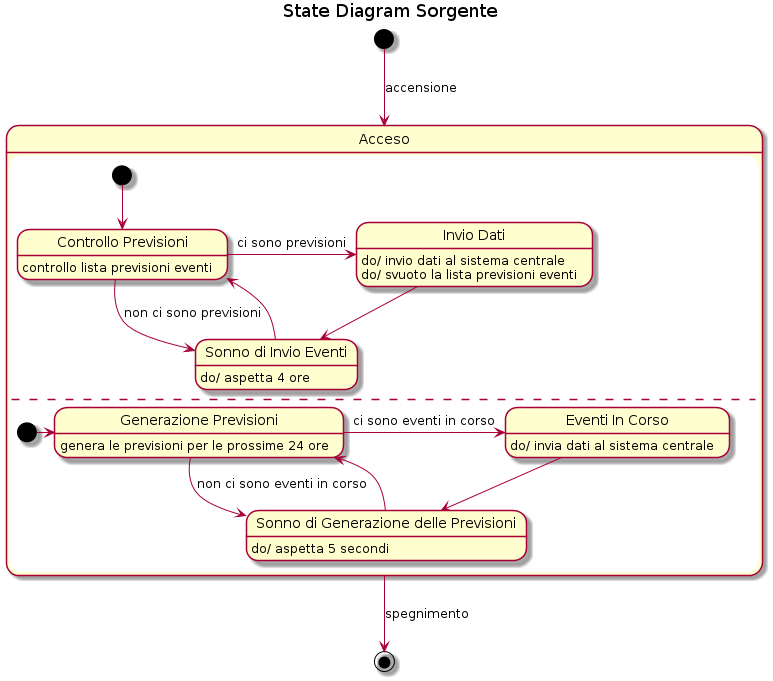
Before: UML/target/state/sorgente.png, a diagram exported from PlantUML (xFA25E/sweng_14_2019). The source it was exported from:
```plantuml
@startuml
title State Diagram Sorgente

[*] --> Acceso: accensione

state Acceso {
    state "Controllo Previsioni" as ControlloPrevisioni
    state "Invio Dati" as InvioDati
    state "Sonno di Invio Eventi" as SonnoEventi

    [*] --> ControlloPrevisioni

    ControlloPrevisioni: controllo lista previsioni eventi
    ControlloPrevisioni -right-> InvioDati: ci sono previsioni
    ControlloPrevisioni --> SonnoEventi: non ci sono previsioni

    InvioDati: do/ invio dati al sistema centrale
    InvioDati: do/ svuoto la lista previsioni eventi
    InvioDati --> SonnoEventi

    SonnoEventi: do/ aspetta 4 ore
    SonnoEventi --> ControlloPrevisioni

    --

    state "Generazione Previsioni" as GenerazionePrevisioni
    state "Eventi In Corso" as EventiInCorso
    state "Sonno di Generazione delle Previsioni" as SonnoGenerazione

    [*] -right-> GenerazionePrevisioni

    GenerazionePrevisioni: genera le previsioni per le prossime 24 ore
    GenerazionePrevisioni -right-> EventiInCorso: ci sono eventi in corso
    GenerazionePrevisioni --> SonnoGenerazione: non ci sono eventi in corso

    EventiInCorso: do/ invia dati al sistema centrale
    EventiInCorso --> SonnoGenerazione

    SonnoGenerazione: do/ aspetta 5 secondi
    SonnoGenerazione -> GenerazionePrevisioni
}

Acceso --> [*]: spegnimento
@enduml
```
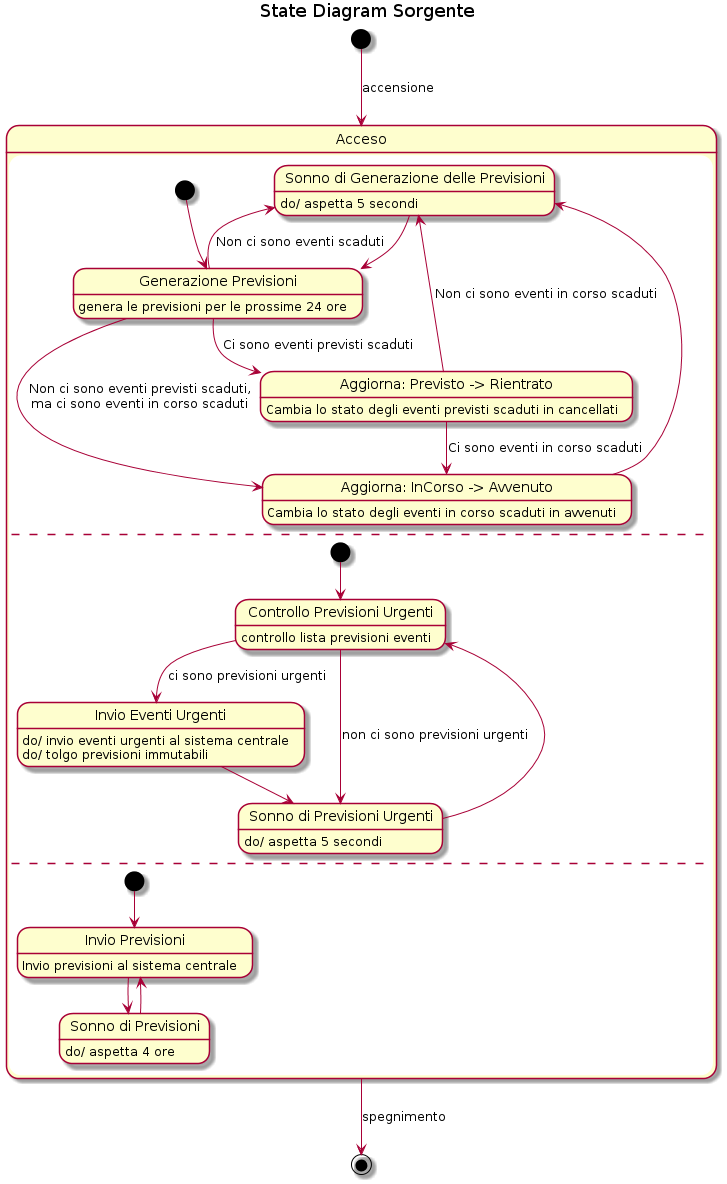
Above is the later version.

Diff of the diagram source:
```diff
@@ -4,40 +4,61 @@
 [*] --> Acceso: accensione
 
 state Acceso {
-    state "Controllo Previsioni" as ControlloPrevisioni
-    state "Invio Dati" as InvioDati
-    state "Sonno di Invio Eventi" as SonnoEventi
 
-    [*] --> ControlloPrevisioni
+    state "Generazione Previsioni" as GenPrev
+    state "Aggiorna: Previsto -> Rientrato" as AggPrevCanc
+    state "Aggiorna: InCorso -> Avvenuto" as AggCorAvv
+    state "Sonno di Generazione delle Previsioni" as SonnoGen
 
-    ControlloPrevisioni: controllo lista previsioni eventi
-    ControlloPrevisioni -right-> InvioDati: ci sono previsioni
-    ControlloPrevisioni --> SonnoEventi: non ci sono previsioni
+    [*] --> GenPrev
 
-    InvioDati: do/ invio dati al sistema centrale
-    InvioDati: do/ svuoto la lista previsioni eventi
-    InvioDati --> SonnoEventi
+    GenPrev: genera le previsioni per le prossime 24 ore
+    GenPrev --> AggPrevCanc: Ci sono eventi previsti scaduti
+    GenPrev --> AggCorAvv: Non ci sono eventi previsti scaduti,\nma ci sono eventi in corso scaduti
+    GenPrev --> SonnoGen: Non ci sono eventi scaduti
 
-    SonnoEventi: do/ aspetta 4 ore
-    SonnoEventi --> ControlloPrevisioni
+    AggPrevCanc: Cambia lo stato degli eventi previsti scaduti in cancellati
+    AggPrevCanc --> AggCorAvv: Ci sono eventi in corso scaduti
+    AggPrevCanc --> SonnoGen: Non ci sono eventi in corso scaduti
+
+    AggCorAvv: Cambia lo stato degli eventi in corso scaduti in avvenuti
+    AggCorAvv --> SonnoGen
+
+    SonnoGen: do/ aspetta 5 secondi
+    SonnoGen -> GenPrev
 
     --
 
-    state "Generazione Previsioni" as GenerazionePrevisioni
-    state "Eventi In Corso" as EventiInCorso
-    state "Sonno di Generazione delle Previsioni" as SonnoGenerazione
+    state "Controllo Previsioni Urgenti" as ConPrevUrg
+    state "Invio Eventi Urgenti" as InvioEvtUrg
+    state "Sonno di Previsioni Urgenti" as SonnoPrevUrg
 
-    [*] -right-> GenerazionePrevisioni
+    [*] --> ConPrevUrg
 
-    GenerazionePrevisioni: genera le previsioni per le prossime 24 ore
-    GenerazionePrevisioni -right-> EventiInCorso: ci sono eventi in corso
-    GenerazionePrevisioni --> SonnoGenerazione: non ci sono eventi in corso
+    ConPrevUrg: controllo lista previsioni eventi
+    ConPrevUrg --> InvioEvtUrg: ci sono previsioni urgenti
+    ConPrevUrg --> SonnoPrevUrg: non ci sono previsioni urgenti
 
-    EventiInCorso: do/ invia dati al sistema centrale
-    EventiInCorso --> SonnoGenerazione
+    InvioEvtUrg: do/ invio eventi urgenti al sistema centrale
+    InvioEvtUrg: do/ tolgo previsioni immutabili
+    InvioEvtUrg --> SonnoPrevUrg
 
-    SonnoGenerazione: do/ aspetta 5 secondi
-    SonnoGenerazione -> GenerazionePrevisioni
+    SonnoPrevUrg: do/ aspetta 5 secondi
+    SonnoPrevUrg --> ConPrevUrg
+
+    ---
+
+    state "Invio Previsioni" as InvPrev
+    state "Sonno di Previsioni" as SonnoPrev
+
+    [*] --> InvPrev
+
+    InvPrev: Invio previsioni al sistema centrale
+    InvPrev --> SonnoPrev
+
+    SonnoPrev: do/ aspetta 4 ore
+    SonnoPrev --> InvPrev
+
 }
 
 Acceso --> [*]: spegnimento
```
